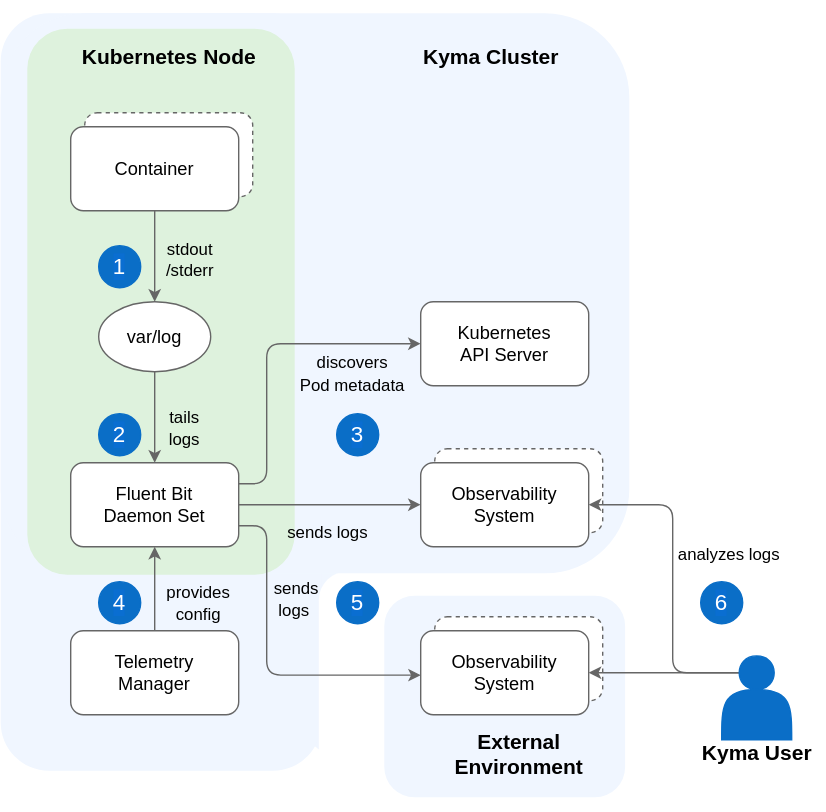
kyma-project/telemetry-manager keeps this draw.io diagram as docs/user/assets/logs-arch.drawio.svg. Above is the earlier version. Source tidied: cells renumbered, new cells last; positions are measured from the earlier drawing's top-left corner, leaving out a move shared by most shapes. The source it was exported from:
```xml
<mxGraphModel>
  <root>
    <mxCell id="0" />
    <mxCell id="1" parent="0" />
    <mxCell id="2" style="rounded=0;whiteSpace=wrap;html=1;strokeColor=none;fillColor=#FFFFFF;" parent="1" vertex="1">
      <mxGeometry width="590" height="580" as="geometry" />
    </mxCell>
    <mxCell id="3" style="rounded=1;whiteSpace=wrap;html=1;strokeColor=none;fillColor=#F0F6FF;" parent="1" vertex="1">
      <mxGeometry x="219" y="402.5" width="118.7" height="135" as="geometry" />
    </mxCell>
    <mxCell id="4" style="rounded=1;whiteSpace=wrap;html=1;strokeColor=none;fillColor=#F0F6FF;" parent="1" vertex="1">
      <mxGeometry y="9" width="229" height="541" as="geometry" />
    </mxCell>
    <mxCell id="5" style="rounded=1;whiteSpace=wrap;html=1;strokeColor=none;" parent="1" vertex="1">
      <mxGeometry x="227.2" y="407.5" width="138.3" height="150" as="geometry" />
    </mxCell>
    <mxCell id="6" style="rounded=1;whiteSpace=wrap;html=1;strokeColor=none;fillColor=#F0F6FF;" parent="1" vertex="1">
      <mxGeometry y="9" width="449" height="400" as="geometry" />
    </mxCell>
    <mxCell id="7" style="rounded=1;whiteSpace=wrap;html=1;strokeColor=none;fillColor=#DEF2DD;" parent="1" vertex="1">
      <mxGeometry x="19" y="20" width="191" height="390" as="geometry" />
    </mxCell>
    <mxCell id="8" style="rounded=1;whiteSpace=wrap;html=1;fillColor=#ffffff;gradientColor=none;strokeColor=#666666;dashed=1;" parent="1" vertex="1">
      <mxGeometry x="60" y="80" width="120" height="60" as="geometry" />
    </mxCell>
    <mxCell id="9" value="Container" style="rounded=1;whiteSpace=wrap;html=1;fontSize=13;strokeColor=#666666;" parent="1" vertex="1">
      <mxGeometry x="50" y="90" width="120" height="60" as="geometry" />
    </mxCell>
    <mxCell id="10" value="var/log" style="ellipse;whiteSpace=wrap;html=1;fontSize=13;strokeColor=#666666;" parent="1" vertex="1">
      <mxGeometry x="70" y="215" width="80" height="50" as="geometry" />
    </mxCell>
    <mxCell id="11" style="edgeStyle=orthogonalEdgeStyle;rounded=1;jettySize=auto;html=1;startArrow=none;startFill=0;endArrow=classic;endFill=1;strokeColor=#666666;exitX=0.5;exitY=1;exitDx=0;exitDy=0;entryX=0.5;entryY=0;entryDx=0;entryDy=0;" parent="1" edge="1" source="9" target="10">
      <mxGeometry relative="1" as="geometry" />
    </mxCell>
    <mxCell id="12" value="stdout&lt;br&gt;/stderr" style="text;html=1;align=center;verticalAlign=middle;" parent="1" vertex="1">
      <mxGeometry x="110" y="170" width="50" height="30" as="geometry" />
    </mxCell>
    <mxCell id="13" value="Fluent Bit&lt;br&gt;Daemon Set" style="rounded=1;whiteSpace=wrap;html=1;fontSize=13;strokeColor=#666666;" parent="1" vertex="1">
      <mxGeometry x="50" y="330" width="120" height="60" as="geometry" />
    </mxCell>
    <mxCell id="14" value="&lt;font style=&quot;font-size: 16px&quot;&gt;1&lt;/font&gt;" style="ellipse;whiteSpace=wrap;html=1;labelBackgroundColor=#0A6ED1;fontColor=#FFFFFF;fillColor=#0A6EC7;strokeColor=#0A6EC7;" parent="1" vertex="1">
      <mxGeometry x="70" y="175" width="30" height="30" as="geometry" />
    </mxCell>
    <mxCell id="15" style="edgeStyle=orthogonalEdgeStyle;rounded=1;jettySize=auto;html=1;startArrow=none;startFill=0;endArrow=classic;endFill=1;exitX=1;exitY=0.25;exitDx=0;exitDy=0;strokeColor=#666666;entryX=0;entryY=0.5;entryDx=0;entryDy=0;" parent="1" edge="1" source="13" target="25">
      <mxGeometry relative="1" as="geometry">
        <Array as="points">
          <mxPoint x="190" y="345" />
          <mxPoint x="190" y="245" />
        </Array>
      </mxGeometry>
    </mxCell>
    <mxCell id="16" value="&lt;font style=&quot;font-size: 12px&quot;&gt;discovers&lt;br&gt;Pod metadata&lt;/font&gt;" style="text;html=1;align=center;verticalAlign=middle;labelBackgroundColor=none;fontSize=13;" parent="15" vertex="1">
      <mxGeometry x="-0.24" y="2" relative="1" as="geometry">
        <mxPoint x="62" y="-12" as="offset" />
      </mxGeometry>
    </mxCell>
    <mxCell id="17" value="&lt;font style=&quot;font-size: 16px&quot;&gt;2&lt;/font&gt;" style="ellipse;whiteSpace=wrap;html=1;labelBackgroundColor=#0A6ED1;fontColor=#FFFFFF;fillColor=#0A6EC7;strokeColor=#0A6EC7;" parent="1" vertex="1">
      <mxGeometry x="70" y="295" width="30" height="30" as="geometry" />
    </mxCell>
    <mxCell id="18" value="&lt;font style=&quot;font-size: 16px&quot;&gt;5&lt;/font&gt;" style="ellipse;whiteSpace=wrap;html=1;labelBackgroundColor=#0A6ED1;fontColor=#FFFFFF;fillColor=#0A6EC7;strokeColor=#0A6EC7;" parent="1" vertex="1">
      <mxGeometry x="240" y="415" width="30" height="30" as="geometry" />
    </mxCell>
    <mxCell id="19" value="sends logs&amp;nbsp;" style="text;html=1;align=center;verticalAlign=middle;strokeColor=none;" parent="1" vertex="1">
      <mxGeometry x="195" y="365" width="80" height="30" as="geometry" />
    </mxCell>
    <mxCell id="20" value="&lt;font style=&quot;font-size: 15px&quot;&gt;&lt;b&gt;Kubernetes Node&lt;/b&gt;&lt;/font&gt;" style="text;html=1;align=center;verticalAlign=middle;" parent="1" vertex="1">
      <mxGeometry x="50" y="30" width="140" height="20" as="geometry" />
    </mxCell>
    <mxCell id="21" style="edgeStyle=orthogonalEdgeStyle;rounded=1;jettySize=auto;html=1;startArrow=none;startFill=0;endArrow=classic;endFill=1;exitX=0.5;exitY=0;exitDx=0;exitDy=0;strokeColor=#666666;entryX=0.5;entryY=1;entryDx=0;entryDy=0;" parent="1" edge="1" source="27" target="13">
      <mxGeometry relative="1" as="geometry" />
    </mxCell>
    <mxCell id="22" value="&lt;font style=&quot;font-size: 12px&quot;&gt;provides&lt;br&gt;config&lt;br&gt;&lt;/font&gt;" style="text;html=1;align=center;verticalAlign=middle;labelBackgroundColor=none;fontSize=13;" parent="21" vertex="1">
      <mxGeometry x="-0.24" y="2" relative="1" as="geometry">
        <mxPoint x="32" y="2" as="offset" />
      </mxGeometry>
    </mxCell>
    <mxCell id="23" style="edgeStyle=orthogonalEdgeStyle;rounded=1;jettySize=auto;html=1;startArrow=none;startFill=0;endArrow=classic;endFill=1;exitX=0.5;exitY=1;exitDx=0;exitDy=0;strokeColor=#666666;entryX=0.5;entryY=0;entryDx=0;entryDy=0;" parent="1" edge="1" source="10" target="13">
      <mxGeometry relative="1" as="geometry" />
    </mxCell>
    <mxCell id="24" value="&lt;font style=&quot;font-size: 12px&quot;&gt;tails &lt;br&gt;logs&lt;br&gt;&lt;/font&gt;" style="text;html=1;align=center;verticalAlign=middle;labelBackgroundColor=none;fontSize=13;" parent="23" vertex="1">
      <mxGeometry x="-0.24" y="2" relative="1" as="geometry">
        <mxPoint x="18" y="14" as="offset" />
      </mxGeometry>
    </mxCell>
    <mxCell id="25" value="Kubernetes&lt;br&gt;API Server" style="rounded=1;whiteSpace=wrap;html=1;fontSize=13;strokeColor=#666666;" parent="1" vertex="1">
      <mxGeometry x="300" y="215" width="120" height="60" as="geometry" />
    </mxCell>
    <mxCell id="26" value="&lt;font style=&quot;font-size: 16px&quot;&gt;3&lt;/font&gt;" style="ellipse;whiteSpace=wrap;html=1;labelBackgroundColor=#0A6ED1;fontColor=#FFFFFF;fillColor=#0A6EC7;strokeColor=#0A6EC7;" parent="1" vertex="1">
      <mxGeometry x="240" y="295" width="30" height="30" as="geometry" />
    </mxCell>
    <mxCell id="27" value="Telemetry&lt;br&gt;Manager" style="rounded=1;whiteSpace=wrap;html=1;fontSize=13;strokeColor=#666666;" parent="1" vertex="1">
      <mxGeometry x="50" y="450" width="120" height="60" as="geometry" />
    </mxCell>
    <mxCell id="28" value="&lt;font style=&quot;font-size: 16px&quot;&gt;4&lt;/font&gt;" style="ellipse;whiteSpace=wrap;html=1;labelBackgroundColor=#0A6ED1;fontColor=#FFFFFF;fillColor=#0A6EC7;strokeColor=#0A6EC7;" parent="1" vertex="1">
      <mxGeometry x="70" y="415" width="30" height="30" as="geometry" />
    </mxCell>
    <mxCell id="29" style="rounded=1;whiteSpace=wrap;html=1;strokeColor=none;fillColor=#F0F6FF;" parent="1" vertex="1">
      <mxGeometry x="274" y="425" width="172" height="144" as="geometry" />
    </mxCell>
    <mxCell id="30" value="Observability&lt;br&gt;System" style="rounded=1;whiteSpace=wrap;html=1;fontSize=13;strokeColor=#666666;dashed=1;" parent="1" vertex="1">
      <mxGeometry x="310" y="440" width="120" height="60" as="geometry" />
    </mxCell>
    <mxCell id="31" style="edgeStyle=orthogonalEdgeStyle;rounded=1;jettySize=auto;html=1;strokeColor=#666666;entryX=1;entryY=0.5;entryDx=0;entryDy=0;exitX=0.25;exitY=0.2;exitDx=0;exitDy=0;exitPerimeter=0;" parent="1" edge="1" source="43" target="37">
      <mxGeometry relative="1" as="geometry" />
    </mxCell>
    <mxCell id="32" value="&lt;font style=&quot;font-size: 15px&quot;&gt;&lt;b&gt;Kyma Cluster&lt;/b&gt;&lt;/font&gt;" style="text;html=1;align=center;verticalAlign=middle;" parent="1" vertex="1">
      <mxGeometry x="295" y="30" width="110" height="20" as="geometry" />
    </mxCell>
    <mxCell id="33" value="&lt;font style=&quot;font-size: 15px&quot;&gt;&lt;b&gt;External&lt;br&gt;Environment&lt;/b&gt;&lt;/font&gt;" style="text;html=1;align=center;verticalAlign=middle;" parent="1" vertex="1">
      <mxGeometry x="315" y="517.5" width="110" height="40" as="geometry" />
    </mxCell>
    <mxCell id="34" value="&lt;font style=&quot;font-size: 16px&quot;&gt;6&lt;/font&gt;" style="ellipse;whiteSpace=wrap;html=1;labelBackgroundColor=#0A6ED1;fontColor=#FFFFFF;fillColor=#0A6EC7;strokeColor=#0A6EC7;" parent="1" vertex="1">
      <mxGeometry x="500" y="415" width="30" height="30" as="geometry" />
    </mxCell>
    <mxCell id="35" style="edgeStyle=orthogonalEdgeStyle;rounded=1;jettySize=auto;html=1;startArrow=none;startFill=0;endArrow=classic;endFill=1;exitX=1;exitY=0.75;exitDx=0;exitDy=0;strokeColor=#666666;entryX=0.001;entryY=0.529;entryDx=0;entryDy=0;entryPerimeter=0;" parent="1" edge="1" source="13" target="37">
      <mxGeometry relative="1" as="geometry">
        <Array as="points">
          <mxPoint x="190" y="375" />
          <mxPoint x="190" y="482" />
        </Array>
      </mxGeometry>
    </mxCell>
    <mxCell id="36" value="&lt;span style=&quot;font-size: 12px&quot;&gt;sends&lt;br&gt;logs&lt;/span&gt;&lt;span style=&quot;font-size: 12px&quot;&gt;&amp;nbsp;&lt;/span&gt;" style="text;html=1;align=center;verticalAlign=middle;labelBackgroundColor=none;fontSize=13;" parent="35" vertex="1">
      <mxGeometry x="-0.24" y="2" relative="1" as="geometry">
        <mxPoint x="18" y="-19" as="offset" />
      </mxGeometry>
    </mxCell>
    <mxCell id="37" value="Observability&lt;br&gt;System" style="rounded=1;whiteSpace=wrap;html=1;fontSize=13;strokeColor=#666666;" parent="1" vertex="1">
      <mxGeometry x="300" y="450" width="120" height="60" as="geometry" />
    </mxCell>
    <mxCell id="38" value="Observability&lt;br&gt;System" style="rounded=1;whiteSpace=wrap;html=1;fontSize=13;strokeColor=#666666;dashed=1;" parent="1" vertex="1">
      <mxGeometry x="310" y="320" width="120" height="60" as="geometry" />
    </mxCell>
    <mxCell id="39" value="Observability&lt;br&gt;System" style="rounded=1;whiteSpace=wrap;html=1;fontSize=13;strokeColor=#666666;" parent="1" vertex="1">
      <mxGeometry x="300" y="330" width="120" height="60" as="geometry" />
    </mxCell>
    <mxCell id="40" style="rounded=1;jettySize=auto;html=1;strokeColor=#666666;entryX=1;entryY=0.5;entryDx=0;entryDy=0;exitX=0.25;exitY=0.2;exitDx=0;exitDy=0;exitPerimeter=0;edgeStyle=orthogonalEdgeStyle;" parent="1" edge="1" source="43" target="39">
      <mxGeometry relative="1" as="geometry">
        <Array as="points">
          <mxPoint x="480" y="480" />
          <mxPoint x="480" y="360" />
        </Array>
      </mxGeometry>
    </mxCell>
    <mxCell id="41" value="analyzes logs" style="edgeLabel;html=1;align=center;verticalAlign=middle;fontSize=12;" parent="40" vertex="1">
      <mxGeometry x="0.09" y="-1" relative="1" as="geometry">
        <mxPoint x="38" y="-8" as="offset" />
      </mxGeometry>
    </mxCell>
    <mxCell id="42" style="group;" parent="1" vertex="1">
      <mxGeometry x="495" y="468" width="90" height="79" as="geometry" />
    </mxCell>
    <mxCell id="43" style="shape=actor;whiteSpace=wrap;html=1;fillColor=#0A6EC7;strokeColor=#0A6EC7;" parent="42" vertex="1">
      <mxGeometry x="20" width="50" height="60" as="geometry" />
    </mxCell>
    <mxCell id="44" value="&lt;font style=&quot;font-size: 15px&quot;&gt;&lt;b&gt;Kyma User&lt;/b&gt;&lt;/font&gt;" style="text;html=1;align=center;verticalAlign=middle;fontSize=15;" parent="42" vertex="1">
      <mxGeometry y="59" width="90" height="20" as="geometry" />
    </mxCell>
    <mxCell id="45" style="edgeStyle=orthogonalEdgeStyle;rounded=1;jettySize=auto;html=1;startArrow=none;startFill=0;endArrow=classic;endFill=1;strokeColor=#666666;exitX=1;exitY=0.5;exitDx=0;exitDy=0;entryX=0;entryY=0.5;entryDx=0;entryDy=0;" parent="1" edge="1" source="13" target="39">
      <mxGeometry relative="1" as="geometry">
        <Array as="points">
          <mxPoint x="190" y="360" />
          <mxPoint x="190" y="360" />
        </Array>
      </mxGeometry>
    </mxCell>
  </root>
</mxGraphModel>
```
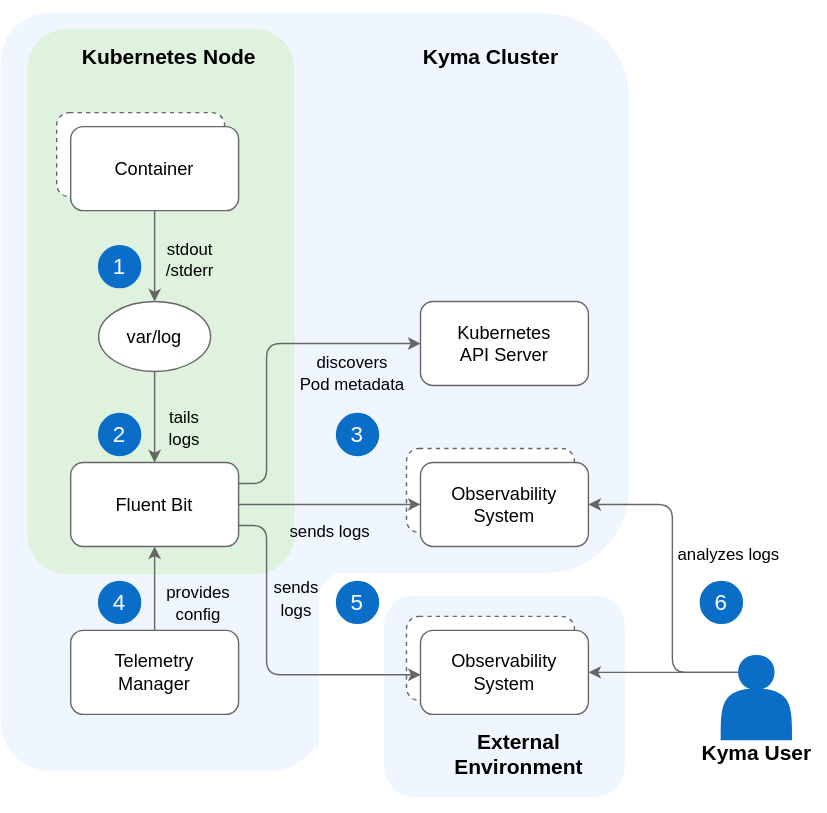
Later version of the same file.

Diff of the diagram source:
```diff
@@ -21,7 +21,7 @@
       <mxGeometry x="19" y="20" width="191" height="390" as="geometry" />
     </mxCell>
     <mxCell id="8" style="rounded=1;whiteSpace=wrap;html=1;fillColor=#ffffff;gradientColor=none;strokeColor=#666666;dashed=1;" parent="1" vertex="1">
-      <mxGeometry x="60" y="80" width="120" height="60" as="geometry" />
+      <mxGeometry x="40" y="80" width="120" height="60" as="geometry" />
     </mxCell>
     <mxCell id="9" value="Container" style="rounded=1;whiteSpace=wrap;html=1;fontSize=13;strokeColor=#666666;" parent="1" vertex="1">
       <mxGeometry x="50" y="90" width="120" height="60" as="geometry" />
@@ -35,7 +35,7 @@
     <mxCell id="12" value="stdout&lt;br&gt;/stderr" style="text;html=1;align=center;verticalAlign=middle;" parent="1" vertex="1">
       <mxGeometry x="110" y="170" width="50" height="30" as="geometry" />
     </mxCell>
-    <mxCell id="13" value="Fluent Bit&lt;br&gt;Daemon Set" style="rounded=1;whiteSpace=wrap;html=1;fontSize=13;strokeColor=#666666;" parent="1" vertex="1">
+    <mxCell id="13" value="Fluent Bit" style="rounded=1;whiteSpace=wrap;html=1;fontSize=13;strokeColor=#666666;" parent="1" vertex="1">
       <mxGeometry x="50" y="330" width="120" height="60" as="geometry" />
     </mxCell>
     <mxCell id="14" value="&lt;font style=&quot;font-size: 16px&quot;&gt;1&lt;/font&gt;" style="ellipse;whiteSpace=wrap;html=1;labelBackgroundColor=#0A6ED1;fontColor=#FFFFFF;fillColor=#0A6EC7;strokeColor=#0A6EC7;" parent="1" vertex="1">
@@ -98,7 +98,7 @@
       <mxGeometry x="274" y="425" width="172" height="144" as="geometry" />
     </mxCell>
     <mxCell id="30" value="Observability&lt;br&gt;System" style="rounded=1;whiteSpace=wrap;html=1;fontSize=13;strokeColor=#666666;dashed=1;" parent="1" vertex="1">
-      <mxGeometry x="310" y="440" width="120" height="60" as="geometry" />
+      <mxGeometry x="290" y="440" width="120" height="60" as="geometry" />
     </mxCell>
     <mxCell id="31" style="edgeStyle=orthogonalEdgeStyle;rounded=1;jettySize=auto;html=1;strokeColor=#666666;entryX=1;entryY=0.5;entryDx=0;entryDy=0;exitX=0.25;exitY=0.2;exitDx=0;exitDy=0;exitPerimeter=0;" parent="1" edge="1" source="43" target="37">
       <mxGeometry relative="1" as="geometry" />
@@ -129,7 +129,7 @@
       <mxGeometry x="300" y="450" width="120" height="60" as="geometry" />
     </mxCell>
     <mxCell id="38" value="Observability&lt;br&gt;System" style="rounded=1;whiteSpace=wrap;html=1;fontSize=13;strokeColor=#666666;dashed=1;" parent="1" vertex="1">
-      <mxGeometry x="310" y="320" width="120" height="60" as="geometry" />
+      <mxGeometry x="290" y="320" width="120" height="60" as="geometry" />
     </mxCell>
     <mxCell id="39" value="Observability&lt;br&gt;System" style="rounded=1;whiteSpace=wrap;html=1;fontSize=13;strokeColor=#666666;" parent="1" vertex="1">
       <mxGeometry x="300" y="330" width="120" height="60" as="geometry" />
```
